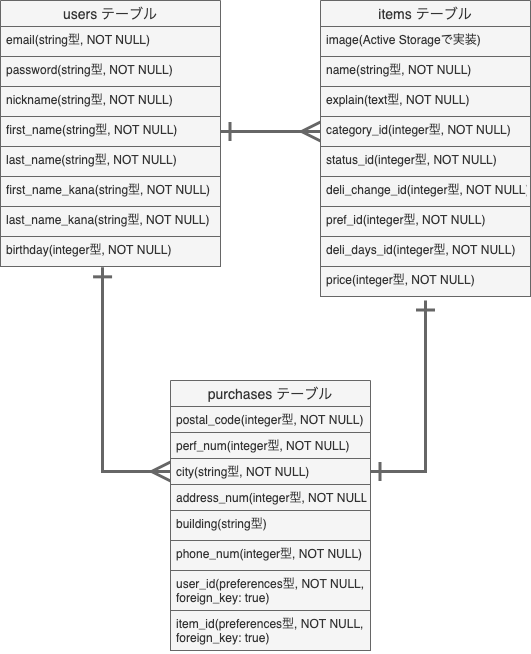
The draw.io diagram furima_ER.png in xiangma0531/furima-35533, before a commit. Source tidied: cells renumbered, new cells last; positions are measured from the earlier drawing's top-left corner, leaving out a move shared by most shapes. Source of this version:
```xml
<mxGraphModel>
  <root>
    <mxCell id="0" />
    <mxCell id="1" parent="0" />
    <mxCell id="2" value="users テーブル" style="swimlane;fontStyle=0;horizontal=1;startSize=26;align=center;fontSize=14;fillColor=#f5f5f5;strokeColor=#666666;fontColor=#333333;" parent="1" vertex="1">
      <mxGeometry width="220" height="266" as="geometry" />
    </mxCell>
    <mxCell id="3" value="email(string型, NOT NULL)" style="text;strokeColor=#666666;fillColor=#f5f5f5;spacingLeft=4;spacingRight=4;overflow=hidden;fontSize=12;fontColor=#333333;" parent="2" vertex="1">
      <mxGeometry y="26" width="220" height="30" as="geometry" />
    </mxCell>
    <mxCell id="4" value="password(string型, NOT NULL)" style="text;strokeColor=#666666;fillColor=#f5f5f5;spacingLeft=4;spacingRight=4;overflow=hidden;fontSize=12;fontColor=#333333;" parent="2" vertex="1">
      <mxGeometry y="56" width="220" height="30" as="geometry" />
    </mxCell>
    <mxCell id="5" value="nickname(string型, NOT NULL)" style="text;strokeColor=#666666;fillColor=#f5f5f5;spacingLeft=4;spacingRight=4;overflow=hidden;fontSize=12;fontColor=#333333;" parent="2" vertex="1">
      <mxGeometry y="86" width="220" height="30" as="geometry" />
    </mxCell>
    <mxCell id="6" value="first_name(string型, NOT NULL)" style="text;strokeColor=#666666;fillColor=#f5f5f5;spacingLeft=4;spacingRight=4;overflow=hidden;points=[[0,0.5],[1,0.5]];portConstraint=eastwest;fontSize=12;fontStyle=0;fontColor=#333333;" parent="2" vertex="1">
      <mxGeometry y="116" width="220" height="30" as="geometry" />
    </mxCell>
    <mxCell id="7" value="last_name(string型, NOT NULL)" style="text;strokeColor=#666666;fillColor=#f5f5f5;spacingLeft=4;spacingRight=4;overflow=hidden;fontSize=12;fontColor=#333333;" parent="2" vertex="1">
      <mxGeometry y="146" width="220" height="30" as="geometry" />
    </mxCell>
    <mxCell id="8" value="first_name_kana(string型, NOT NULL)" style="text;strokeColor=#666666;fillColor=#f5f5f5;spacingLeft=4;spacingRight=4;overflow=hidden;fontSize=12;fontColor=#333333;" parent="2" vertex="1">
      <mxGeometry y="176" width="220" height="30" as="geometry" />
    </mxCell>
    <mxCell id="9" value="last_name_kana(string型, NOT NULL)" style="text;strokeColor=#666666;fillColor=#f5f5f5;spacingLeft=4;spacingRight=4;overflow=hidden;fontSize=12;fontColor=#333333;" parent="2" vertex="1">
      <mxGeometry y="206" width="220" height="30" as="geometry" />
    </mxCell>
    <mxCell id="10" value="birthday(integer型, NOT NULL)" style="text;strokeColor=#666666;fillColor=#f5f5f5;spacingLeft=4;spacingRight=4;overflow=hidden;points=[[0,0.5],[1,0.5]];portConstraint=eastwest;fontSize=12;fontColor=#333333;" parent="2" vertex="1">
      <mxGeometry y="236" width="220" height="30" as="geometry" />
    </mxCell>
    <mxCell id="11" value="items テーブル" style="swimlane;fontStyle=0;horizontal=1;startSize=26;align=center;fontSize=14;fillColor=#f5f5f5;strokeColor=#666666;fontColor=#333333;" parent="1" vertex="1">
      <mxGeometry x="320" width="210" height="296" as="geometry" />
    </mxCell>
    <mxCell id="12" value="image(Active Storageで実装)" style="text;strokeColor=#666666;fillColor=#f5f5f5;spacingLeft=4;spacingRight=4;overflow=hidden;fontSize=12;fontColor=#333333;" parent="11" vertex="1">
      <mxGeometry y="26" width="210" height="30" as="geometry" />
    </mxCell>
    <mxCell id="13" value="name(string型, NOT NULL)" style="text;strokeColor=#666666;fillColor=#f5f5f5;spacingLeft=4;spacingRight=4;overflow=hidden;fontSize=12;fontColor=#333333;" parent="11" vertex="1">
      <mxGeometry y="56" width="210" height="30" as="geometry" />
    </mxCell>
    <mxCell id="14" value="explain(text型, NOT NULL)" style="text;strokeColor=#666666;fillColor=#f5f5f5;spacingLeft=4;spacingRight=4;overflow=hidden;fontSize=12;fontColor=#333333;" parent="11" vertex="1">
      <mxGeometry y="86" width="210" height="30" as="geometry" />
    </mxCell>
    <mxCell id="15" value="category_id(integer型, NOT NULL)" style="text;strokeColor=#666666;fillColor=#f5f5f5;spacingLeft=4;spacingRight=4;overflow=hidden;points=[[0,0.5],[1,0.5]];portConstraint=eastwest;fontSize=12;fontColor=#333333;" parent="11" vertex="1">
      <mxGeometry y="116" width="210" height="30" as="geometry" />
    </mxCell>
    <mxCell id="16" value="status_id(integer型, NOT NULL)" style="text;strokeColor=#666666;fillColor=#f5f5f5;spacingLeft=4;spacingRight=4;overflow=hidden;fontSize=12;fontColor=#333333;" parent="11" vertex="1">
      <mxGeometry y="146" width="210" height="30" as="geometry" />
    </mxCell>
    <mxCell id="17" value="deli_change_id(integer型, NOT NULL)" style="text;strokeColor=#666666;fillColor=#f5f5f5;spacingLeft=4;spacingRight=4;overflow=hidden;fontSize=12;fontColor=#333333;" parent="11" vertex="1">
      <mxGeometry y="176" width="210" height="30" as="geometry" />
    </mxCell>
    <mxCell id="18" value="pref_id(integer型, NOT NULL)" style="text;strokeColor=#666666;fillColor=#f5f5f5;spacingLeft=4;spacingRight=4;overflow=hidden;fontSize=12;fontColor=#333333;" parent="11" vertex="1">
      <mxGeometry y="206" width="210" height="30" as="geometry" />
    </mxCell>
    <mxCell id="19" value="deli_days_id(integer型, NOT NULL)" style="text;spacingLeft=4;spacingRight=4;overflow=hidden;fontSize=12;fillColor=#f5f5f5;strokeColor=#666666;fontColor=#333333;" parent="11" vertex="1">
      <mxGeometry y="236" width="210" height="30" as="geometry" />
    </mxCell>
    <mxCell id="20" value="price(integer型, NOT NULL)" style="text;strokeColor=#666666;fillColor=#f5f5f5;spacingLeft=4;spacingRight=4;overflow=hidden;fontSize=12;fontColor=#333333;" parent="11" vertex="1">
      <mxGeometry y="266" width="210" height="30" as="geometry" />
    </mxCell>
    <mxCell id="21" value="purchases テーブル" style="swimlane;fontStyle=0;horizontal=1;startSize=26;align=center;fontSize=14;fillColor=#f5f5f5;strokeColor=#666666;fontColor=#333333;" parent="1" vertex="1">
      <mxGeometry x="170" y="380" width="200" height="270" as="geometry" />
    </mxCell>
    <mxCell id="22" value="postal_code(integer型, NOT NULL)" style="text;strokeColor=#666666;fillColor=#f5f5f5;spacingLeft=4;spacingRight=4;overflow=hidden;fontSize=12;fontColor=#333333;" parent="21" vertex="1">
      <mxGeometry y="26" width="200" height="26" as="geometry" />
    </mxCell>
    <mxCell id="23" value="perf_num(integer型, NOT NULL)" style="text;strokeColor=#666666;fillColor=#f5f5f5;spacingLeft=4;spacingRight=4;overflow=hidden;fontSize=12;fontColor=#333333;" parent="21" vertex="1">
      <mxGeometry y="52" width="200" height="26" as="geometry" />
    </mxCell>
    <mxCell id="24" value="city(string型, NOT NULL)" style="text;strokeColor=#666666;fillColor=#f5f5f5;spacingLeft=4;spacingRight=4;overflow=hidden;points=[[0,0.5],[1,0.5]];portConstraint=eastwest;fontSize=12;fontColor=#333333;" parent="21" vertex="1">
      <mxGeometry y="78" width="200" height="26" as="geometry" />
    </mxCell>
    <mxCell id="25" value="address_num(integer型, NOT NULL)" style="text;strokeColor=#666666;fillColor=#f5f5f5;spacingLeft=4;spacingRight=4;overflow=hidden;fontSize=12;fontColor=#333333;" parent="21" vertex="1">
      <mxGeometry y="104" width="200" height="26" as="geometry" />
    </mxCell>
    <mxCell id="26" value="building(string型)" style="text;strokeColor=#666666;fillColor=#f5f5f5;spacingLeft=4;spacingRight=4;overflow=hidden;fontSize=12;fontColor=#333333;" parent="21" vertex="1">
      <mxGeometry y="130" width="200" height="30" as="geometry" />
    </mxCell>
    <mxCell id="27" value="phone_num(integer型, NOT NULL)" style="text;strokeColor=#666666;fillColor=#f5f5f5;spacingLeft=4;spacingRight=4;overflow=hidden;fontSize=12;fontColor=#333333;" parent="21" vertex="1">
      <mxGeometry y="160" width="200" height="30" as="geometry" />
    </mxCell>
    <mxCell id="28" value="user_id(preferences型, NOT NULL,&#10;foreign_key: true)" style="text;strokeColor=#666666;fillColor=#f5f5f5;spacingLeft=4;spacingRight=4;overflow=hidden;points=[[0,0.5],[1,0.5]];portConstraint=eastwest;fontSize=12;fontColor=#333333;" parent="21" vertex="1">
      <mxGeometry y="190" width="200" height="40" as="geometry" />
    </mxCell>
    <mxCell id="29" value="item_id(preferences型, NOT NULL,&#10;foreign_key: true)" style="text;strokeColor=#666666;fillColor=#f5f5f5;spacingLeft=4;spacingRight=4;overflow=hidden;fontSize=12;fontColor=#333333;" parent="21" vertex="1">
      <mxGeometry y="230" width="200" height="40" as="geometry" />
    </mxCell>
    <mxCell id="30" style="edgeStyle=orthogonalEdgeStyle;rounded=0;jettySize=auto;html=1;entryX=0;entryY=0.5;entryDx=0;entryDy=0;startArrow=ERone;startFill=0;endArrow=ERmany;endFill=0;endSize=15;startSize=15;targetPerimeterSpacing=0;strokeWidth=3;fillColor=#f5f5f5;strokeColor=#666666;" parent="1" edge="1" source="6" target="15">
      <mxGeometry relative="1" as="geometry" />
    </mxCell>
    <mxCell id="31" style="edgeStyle=orthogonalEdgeStyle;rounded=0;jettySize=auto;html=1;entryX=0;entryY=0.5;entryDx=0;entryDy=0;startArrow=ERone;startFill=0;startSize=15;endArrow=ERmany;endFill=0;endSize=15;targetPerimeterSpacing=0;strokeWidth=3;exitX=0.464;exitY=1.028;exitDx=0;exitDy=0;exitPerimeter=0;fillColor=#f5f5f5;strokeColor=#666666;" parent="1" edge="1" source="10" target="24">
      <mxGeometry relative="1" as="geometry" />
    </mxCell>
    <mxCell id="32" style="edgeStyle=orthogonalEdgeStyle;rounded=0;jettySize=auto;html=1;entryX=1;entryY=0.5;entryDx=0;entryDy=0;startArrow=ERone;startFill=0;startSize=15;endArrow=ERone;endFill=0;endSize=15;targetPerimeterSpacing=0;strokeWidth=3;fillColor=#f5f5f5;strokeColor=#666666;" parent="1" edge="1" target="24">
      <mxGeometry relative="1" as="geometry">
        <mxPoint x="425" y="300" as="sourcePoint" />
      </mxGeometry>
    </mxCell>
  </root>
</mxGraphModel>
```
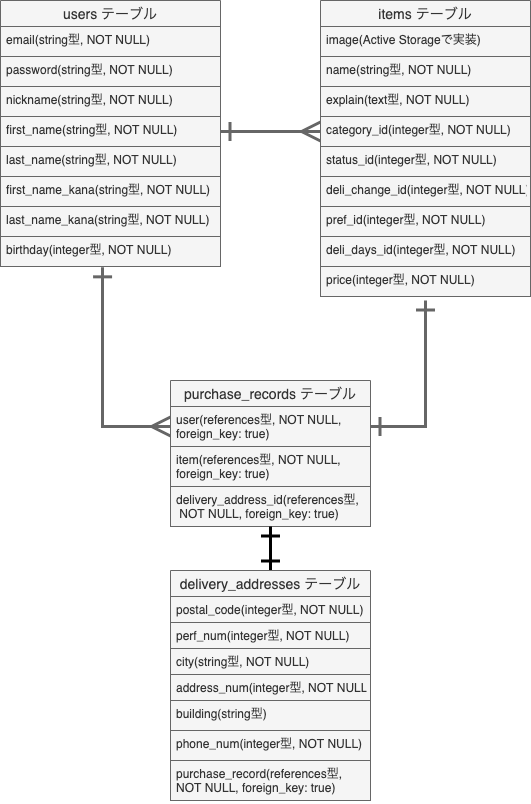
Later version of the same file.

Commit message:
ER図とREADMEの修正(1回目)

Change to the diagram source:
```diff
@@ -59,43 +59,55 @@
     <mxCell id="20" value="price(integer型, NOT NULL)" style="text;strokeColor=#666666;fillColor=#f5f5f5;spacingLeft=4;spacingRight=4;overflow=hidden;fontSize=12;fontColor=#333333;" parent="11" vertex="1">
       <mxGeometry y="266" width="210" height="30" as="geometry" />
     </mxCell>
-    <mxCell id="21" value="purchases テーブル" style="swimlane;fontStyle=0;horizontal=1;startSize=26;align=center;fontSize=14;fillColor=#f5f5f5;strokeColor=#666666;fontColor=#333333;" parent="1" vertex="1">
-      <mxGeometry x="170" y="380" width="200" height="270" as="geometry" />
+    <mxCell id="21" value="purchase_records テーブル" style="swimlane;fontStyle=0;horizontal=1;startSize=26;align=center;fontSize=14;fillColor=#f5f5f5;strokeColor=#666666;fontColor=#333333;" parent="1" vertex="1">
+      <mxGeometry x="170" y="380" width="200" height="146" as="geometry" />
     </mxCell>
+    <mxCell id="28" value="user(references型, NOT NULL,&#10;foreign_key: true)" style="text;strokeColor=#666666;fillColor=#f5f5f5;spacingLeft=4;spacingRight=4;overflow=hidden;points=[[0,0.5],[1,0.5]];portConstraint=eastwest;fontSize=12;fontColor=#333333;" parent="21" vertex="1">
+      <mxGeometry y="26" width="200" height="40" as="geometry" />
+    </mxCell>
+    <mxCell id="33" value="item(references型, NOT NULL,&#10;foreign_key: true)" style="text;strokeColor=#666666;fillColor=#f5f5f5;spacingLeft=4;spacingRight=4;overflow=hidden;fontSize=12;fontColor=#333333;" parent="21" vertex="1">
+      <mxGeometry y="66" width="200" height="40" as="geometry" />
+    </mxCell>
+    <mxCell id="29" value="delivery_address_id(references型,&#10; NOT NULL, foreign_key: true)" style="text;strokeColor=#666666;fillColor=#f5f5f5;spacingLeft=4;spacingRight=4;overflow=hidden;fontSize=12;fontColor=#333333;" parent="21" vertex="1">
+      <mxGeometry y="106" width="200" height="40" as="geometry" />
+    </mxCell>
+    <mxCell id="30" style="edgeStyle=orthogonalEdgeStyle;rounded=0;jettySize=auto;html=1;entryX=0;entryY=0.5;entryDx=0;entryDy=0;startArrow=ERone;startFill=0;endArrow=ERmany;endFill=0;endSize=15;startSize=15;targetPerimeterSpacing=0;strokeWidth=3;fillColor=#f5f5f5;strokeColor=#666666;" parent="1" edge="1" source="6" target="15">
+      <mxGeometry relative="1" as="geometry" />
+    </mxCell>
+    <mxCell id="31" style="edgeStyle=orthogonalEdgeStyle;rounded=0;jettySize=auto;html=1;entryX=0;entryY=0.5;entryDx=0;entryDy=0;startArrow=ERone;startFill=0;startSize=15;endArrow=ERmany;endFill=0;endSize=15;targetPerimeterSpacing=0;strokeWidth=3;exitX=0.464;exitY=1.028;exitDx=0;exitDy=0;exitPerimeter=0;fillColor=#f5f5f5;strokeColor=#666666;" parent="1" edge="1" source="10" target="28">
+      <mxGeometry relative="1" as="geometry" />
+    </mxCell>
+    <mxCell id="32" style="edgeStyle=orthogonalEdgeStyle;rounded=0;jettySize=auto;html=1;entryX=1;entryY=0.5;entryDx=0;entryDy=0;startArrow=ERone;startFill=0;startSize=15;endArrow=ERone;endFill=0;endSize=15;targetPerimeterSpacing=0;strokeWidth=3;fillColor=#f5f5f5;strokeColor=#666666;" parent="1" edge="1" target="28">
+      <mxGeometry relative="1" as="geometry">
+        <mxPoint x="425" y="300" as="sourcePoint" />
+      </mxGeometry>
+    </mxCell>
+    <mxCell id="34" style="edgeStyle=orthogonalEdgeStyle;rounded=0;jettySize=auto;html=1;entryX=0.5;entryY=1;entryDx=0;entryDy=0;startArrow=ERone;startFill=0;startSize=15;endArrow=ERone;endFill=0;endSize=15;targetPerimeterSpacing=0;strokeWidth=3;" parent="1" edge="1" source="35" target="21">
+      <mxGeometry relative="1" as="geometry" />
+    </mxCell>
+    <mxCell id="35" value="delivery_addresses テーブル" style="swimlane;fontStyle=0;horizontal=1;startSize=26;align=center;fontSize=14;fillColor=#f5f5f5;strokeColor=#666666;fontColor=#333333;" parent="1" vertex="1">
+      <mxGeometry x="170" y="570" width="200" height="230" as="geometry" />
+    </mxCell>
-    <mxCell id="22" value="postal_code(integer型, NOT NULL)" style="text;strokeColor=#666666;fillColor=#f5f5f5;spacingLeft=4;spacingRight=4;overflow=hidden;fontSize=12;fontColor=#333333;" parent="21" vertex="1">
+    <mxCell id="22" value="postal_code(integer型, NOT NULL)" style="text;strokeColor=#666666;fillColor=#f5f5f5;spacingLeft=4;spacingRight=4;overflow=hidden;fontSize=12;fontColor=#333333;" parent="35" vertex="1">
       <mxGeometry y="26" width="200" height="26" as="geometry" />
     </mxCell>
-    <mxCell id="23" value="perf_num(integer型, NOT NULL)" style="text;strokeColor=#666666;fillColor=#f5f5f5;spacingLeft=4;spacingRight=4;overflow=hidden;fontSize=12;fontColor=#333333;" parent="21" vertex="1">
+    <mxCell id="23" value="perf_num(integer型, NOT NULL)" style="text;strokeColor=#666666;fillColor=#f5f5f5;spacingLeft=4;spacingRight=4;overflow=hidden;fontSize=12;fontColor=#333333;" parent="35" vertex="1">
       <mxGeometry y="52" width="200" height="26" as="geometry" />
     </mxCell>
-    <mxCell id="24" value="city(string型, NOT NULL)" style="text;strokeColor=#666666;fillColor=#f5f5f5;spacingLeft=4;spacingRight=4;overflow=hidden;points=[[0,0.5],[1,0.5]];portConstraint=eastwest;fontSize=12;fontColor=#333333;" parent="21" vertex="1">
+    <mxCell id="24" value="city(string型, NOT NULL)" style="text;strokeColor=#666666;fillColor=#f5f5f5;spacingLeft=4;spacingRight=4;overflow=hidden;points=[[0,0.5],[1,0.5]];portConstraint=eastwest;fontSize=12;fontColor=#333333;" parent="35" vertex="1">
       <mxGeometry y="78" width="200" height="26" as="geometry" />
     </mxCell>
-    <mxCell id="25" value="address_num(integer型, NOT NULL)" style="text;strokeColor=#666666;fillColor=#f5f5f5;spacingLeft=4;spacingRight=4;overflow=hidden;fontSize=12;fontColor=#333333;" parent="21" vertex="1">
+    <mxCell id="25" value="address_num(integer型, NOT NULL)" style="text;strokeColor=#666666;fillColor=#f5f5f5;spacingLeft=4;spacingRight=4;overflow=hidden;fontSize=12;fontColor=#333333;" parent="35" vertex="1">
       <mxGeometry y="104" width="200" height="26" as="geometry" />
     </mxCell>
-    <mxCell id="26" value="building(string型)" style="text;strokeColor=#666666;fillColor=#f5f5f5;spacingLeft=4;spacingRight=4;overflow=hidden;fontSize=12;fontColor=#333333;" parent="21" vertex="1">
+    <mxCell id="26" value="building(string型)" style="text;strokeColor=#666666;fillColor=#f5f5f5;spacingLeft=4;spacingRight=4;overflow=hidden;fontSize=12;fontColor=#333333;" parent="35" vertex="1">
       <mxGeometry y="130" width="200" height="30" as="geometry" />
     </mxCell>
-    <mxCell id="27" value="phone_num(integer型, NOT NULL)" style="text;strokeColor=#666666;fillColor=#f5f5f5;spacingLeft=4;spacingRight=4;overflow=hidden;fontSize=12;fontColor=#333333;" parent="21" vertex="1">
+    <mxCell id="27" value="phone_num(integer型, NOT NULL)" style="text;strokeColor=#666666;fillColor=#f5f5f5;spacingLeft=4;spacingRight=4;overflow=hidden;fontSize=12;fontColor=#333333;" parent="35" vertex="1">
       <mxGeometry y="160" width="200" height="30" as="geometry" />
     </mxCell>
-    <mxCell id="28" value="user_id(preferences型, NOT NULL,&#10;foreign_key: true)" style="text;strokeColor=#666666;fillColor=#f5f5f5;spacingLeft=4;spacingRight=4;overflow=hidden;points=[[0,0.5],[1,0.5]];portConstraint=eastwest;fontSize=12;fontColor=#333333;" parent="21" vertex="1">
-      <mxGeometry y="190" width="200" height="40" as="geometry" />
-    </mxCell>
-    <mxCell id="29" value="item_id(preferences型, NOT NULL,&#10;foreign_key: true)" style="text;strokeColor=#666666;fillColor=#f5f5f5;spacingLeft=4;spacingRight=4;overflow=hidden;fontSize=12;fontColor=#333333;" parent="21" vertex="1">
-      <mxGeometry y="230" width="200" height="40" as="geometry" />
-    </mxCell>
-    <mxCell id="30" style="edgeStyle=orthogonalEdgeStyle;rounded=0;jettySize=auto;html=1;entryX=0;entryY=0.5;entryDx=0;entryDy=0;startArrow=ERone;startFill=0;endArrow=ERmany;endFill=0;endSize=15;startSize=15;targetPerimeterSpacing=0;strokeWidth=3;fillColor=#f5f5f5;strokeColor=#666666;" parent="1" edge="1" source="6" target="15">
-      <mxGeometry relative="1" as="geometry" />
-    </mxCell>
-    <mxCell id="31" style="edgeStyle=orthogonalEdgeStyle;rounded=0;jettySize=auto;html=1;entryX=0;entryY=0.5;entryDx=0;entryDy=0;startArrow=ERone;startFill=0;startSize=15;endArrow=ERmany;endFill=0;endSize=15;targetPerimeterSpacing=0;strokeWidth=3;exitX=0.464;exitY=1.028;exitDx=0;exitDy=0;exitPerimeter=0;fillColor=#f5f5f5;strokeColor=#666666;" parent="1" edge="1" source="10" target="24">
-      <mxGeometry relative="1" as="geometry" />
-    </mxCell>
-    <mxCell id="32" style="edgeStyle=orthogonalEdgeStyle;rounded=0;jettySize=auto;html=1;entryX=1;entryY=0.5;entryDx=0;entryDy=0;startArrow=ERone;startFill=0;startSize=15;endArrow=ERone;endFill=0;endSize=15;targetPerimeterSpacing=0;strokeWidth=3;fillColor=#f5f5f5;strokeColor=#666666;" parent="1" edge="1" target="24">
-      <mxGeometry relative="1" as="geometry">
-        <mxPoint x="425" y="300" as="sourcePoint" />
-      </mxGeometry>
-    </mxCell>
+    <mxCell id="36" value="purchase_record(references型, &#10;NOT NULL, foreign_key: true)" style="text;strokeColor=#666666;fillColor=#f5f5f5;spacingLeft=4;spacingRight=4;overflow=hidden;fontSize=12;fontColor=#333333;" parent="35" vertex="1">
+      <mxGeometry y="190" width="200" height="40" as="geometry" />
+    </mxCell>
   </root>
 </mxGraphModel>
```
